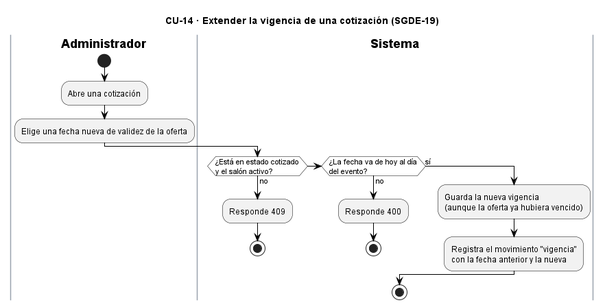
The PlantUML diagram docs/Diagrama de actividades/CU14_ModificarCotizacion.png in AndreCamx2/Gestion-De-Eventos, before a commit.
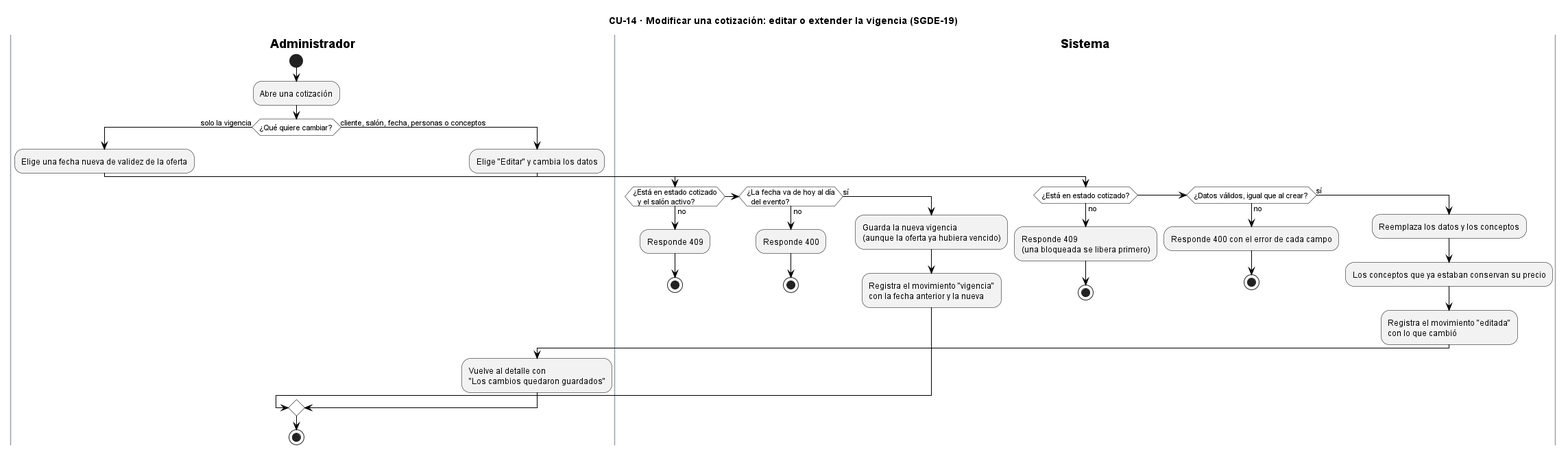
The same diagram one commit later.

The edit, as a diff of the source:
```diff
@@ -1,5 +1,5 @@
 @startuml CU14_ModificarCotizacion
-title CU-14 · Extender la vigencia de una cotización (SGDE-19)
+title CU-14 · Modificar una cotización: editar o extender la vigencia (SGDE-19)
 skinparam backgroundColor white
 skinparam ActivityBackgroundColor #F2F2F2
 skinparam ActivityBorderColor black
@@ -16,26 +16,43 @@
 |Administrador|
 start
 :Abre una cotización;
-:Elige una fecha nueva de validez de la oferta;
-|Sistema|
-if (¿Está en estado cotizado
-y el salón activo?) then (no)
-  :Responde 409;
-  stop
-elseif (¿La fecha va de hoy al día
-del evento?) then (no)
-  :Responde 400;
-  stop
-else (sí)
-  :Guarda la nueva vigencia
-  (aunque la oferta ya hubiera vencido);
-  :Registra el movimiento "vigencia"
-  con la fecha anterior y la nueva;
+if (¿Qué quiere cambiar?) then (solo la vigencia)
+  :Elige una fecha nueva de validez de la oferta;
+  |Sistema|
+  if (¿Está en estado cotizado
+  y el salón activo?) then (no)
+    :Responde 409;
+    stop
+  elseif (¿La fecha va de hoy al día
+  del evento?) then (no)
+    :Responde 400;
+    stop
+  else (sí)
+    :Guarda la nueva vigencia
+    (aunque la oferta ya hubiera vencido);
+    :Registra el movimiento "vigencia"
+    con la fecha anterior y la nueva;
+  endif
+else (cliente, salón, fecha, personas o conceptos)
+  |Administrador|
+  :Elige "Editar" y cambia los datos;
+  |Sistema|
+  if (¿Está en estado cotizado?) then (no)
+    :Responde 409
+    (una bloqueada se libera primero);
+    stop
+  elseif (¿Datos válidos, igual que al crear?) then (no)
+    :Responde 400 con el error de cada campo;
+    stop
+  else (sí)
+    :Reemplaza los datos y los conceptos;
+    :Los conceptos que ya estaban conservan su precio;
+    :Registra el movimiento "editada"
+    con lo que cambió;
+  endif
+  |Administrador|
+  :Vuelve al detalle con
+  "Los cambios quedaron guardados";
 endif
-note right
-  En la beta solo cambia la vigencia:
-  conceptos, salón y fecha no se editan.
-  Para cambiarlos se hace otra cotización.
-end note
 stop
 @enduml
```
